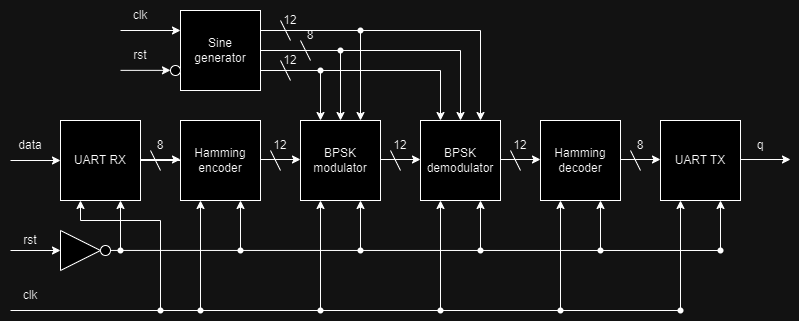
Before: transeiver.drawio.png, a diagram exported from draw.io (RDSik/verilog-transceiver). Source tidied: cells renumbered, new cells last; positions are measured from the earlier drawing's top-left corner, leaving out a move shared by most shapes.
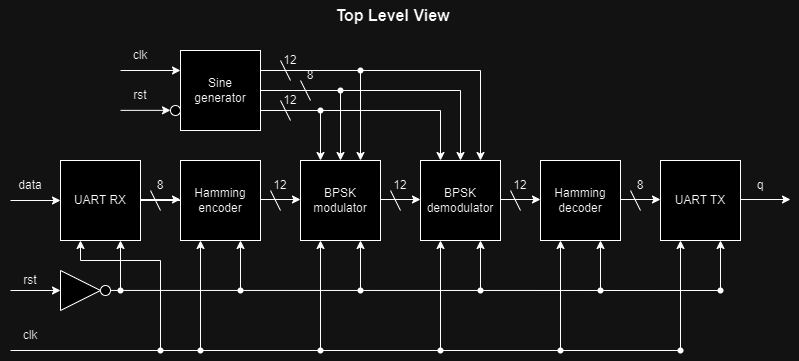
After the change.

Diff of the diagram source:
```diff
@@ -149,6 +149,9 @@
     <mxCell id="37" value="12" style="text;html=1;strokeColor=none;fillColor=none;align=center;verticalAlign=middle;whiteSpace=wrap;rounded=0;" parent="1" vertex="1">
       <mxGeometry x="490" y="130" width="60" height="30" as="geometry" />
     </mxCell>
+    <mxCell id="96" value="&lt;font size=&quot;1&quot; style=&quot;&quot;&gt;&lt;b style=&quot;font-size: 16px;&quot;&gt;Top Level View&lt;/b&gt;&lt;/font&gt;" style="text;html=1;strokeColor=none;fillColor=none;align=center;verticalAlign=middle;whiteSpace=wrap;rounded=0;" parent="1" vertex="1">
+      <mxGeometry x="320" y="-40" width="145" height="30" as="geometry" />
+    </mxCell>
     <mxCell id="38" style="whiteSpace=wrap;html=1;" parent="1" vertex="1">
       <mxGeometry x="180" y="10" width="80" height="80" as="geometry" />
     </mxCell>
```
